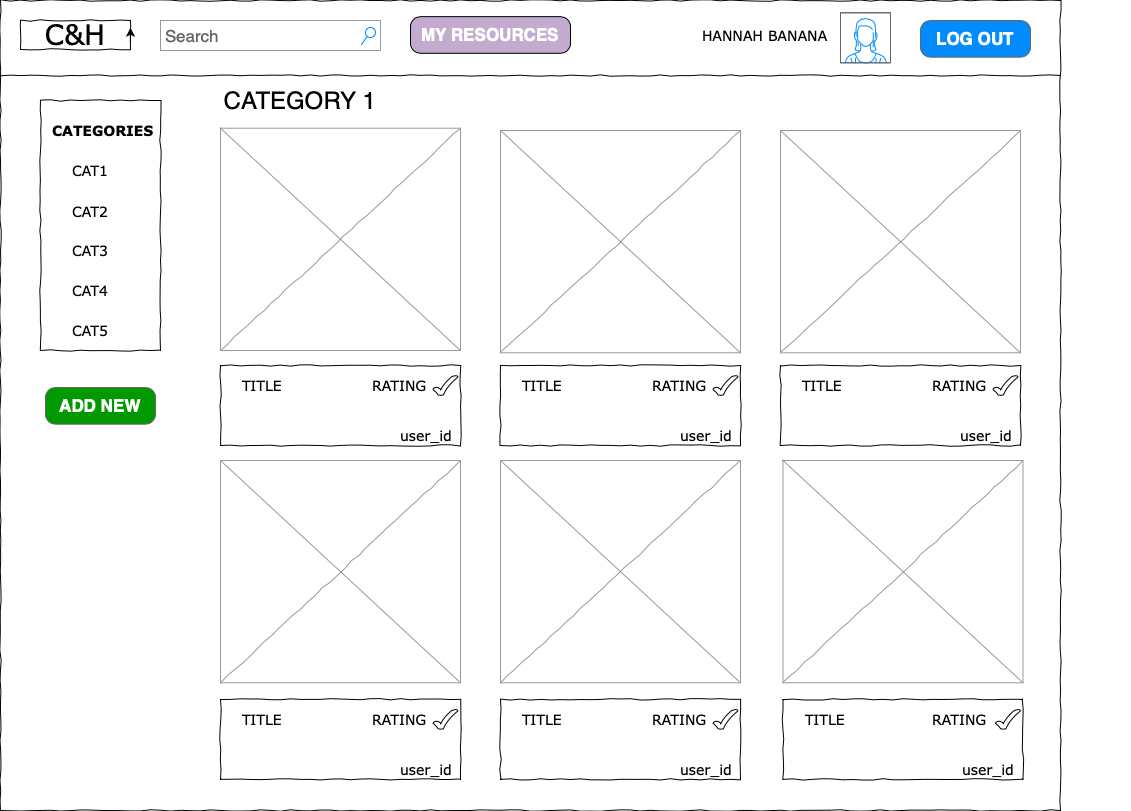
Before: wireframes/8_categories.png, a diagram exported from draw.io (hannaohandrews/resource_wall). Source tidied: cells renumbered, new cells last; positions are measured from the earlier drawing's top-left corner, leaving out a move shared by most shapes.
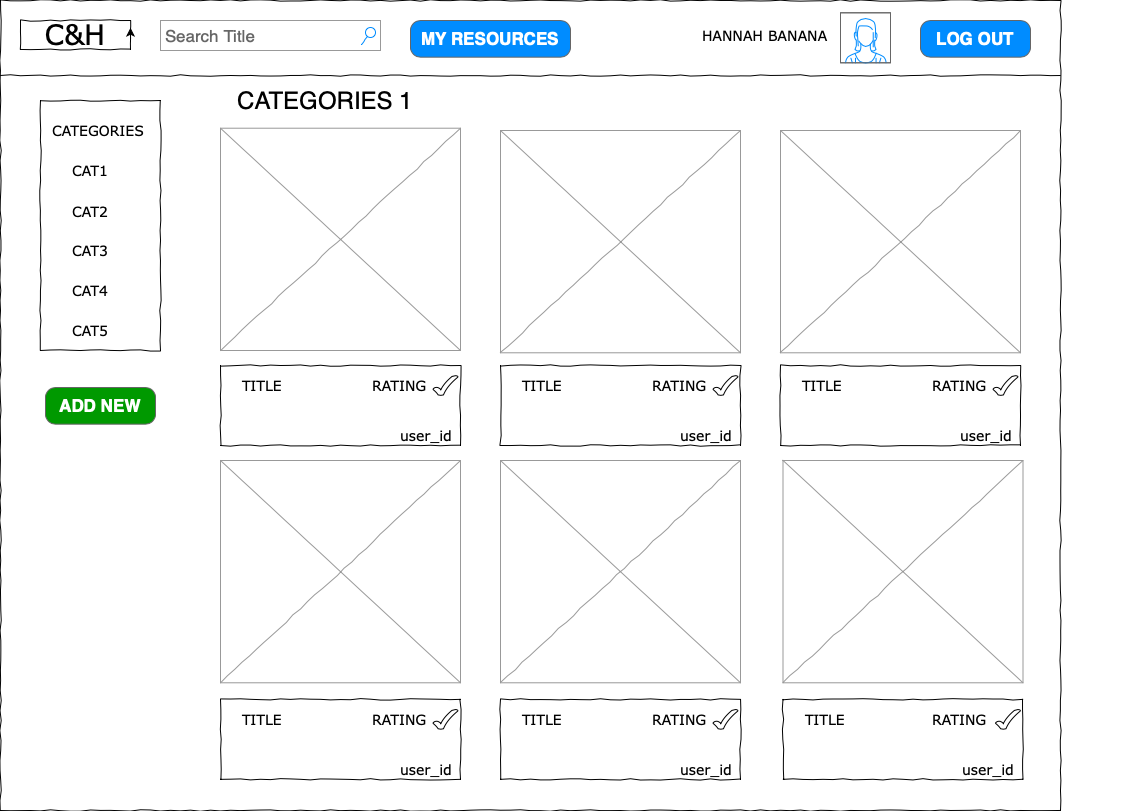
Later version of the same file.

What changed in the source:
```diff
@@ -8,7 +8,7 @@
     <mxCell id="3" value="C&amp;amp;H" style="whiteSpace=wrap;html=1;rounded=0;shadow=0;labelBackgroundColor=none;strokeWidth=1;fontFamily=Verdana;fontSize=28;align=center;comic=1;" parent="1" vertex="1">
       <mxGeometry x="20" y="20" width="110" height="28.9" as="geometry" />
     </mxCell>
-    <mxCell id="4" value="Search" style="strokeWidth=1;shadow=0;dashed=0;align=center;html=1;shape=mxgraph.mockup.forms.searchBox;strokeColor=#999999;mainText=;strokeColor2=#008cff;fontColor=#666666;fontSize=17;align=left;spacingLeft=3;rounded=0;labelBackgroundColor=none;comic=1;" parent="1" vertex="1">
+    <mxCell id="4" value="Search Title" style="strokeWidth=1;shadow=0;dashed=0;align=center;html=1;shape=mxgraph.mockup.forms.searchBox;strokeColor=#999999;mainText=;strokeColor2=#008cff;fontColor=#666666;fontSize=17;align=left;spacingLeft=3;rounded=0;labelBackgroundColor=none;comic=1;" parent="1" vertex="1">
       <mxGeometry x="160" y="20" width="220" height="30" as="geometry" />
     </mxCell>
     <mxCell id="5" value="HANNAH BANANA" style="text;html=1;align=left;verticalAlign=top;spacingTop=-4;fontSize=14;fontFamily=Verdana;" parent="1" vertex="1">
@@ -152,35 +152,38 @@
     <mxCell id="50" value="RATING" style="text;html=1;align=left;verticalAlign=top;spacingTop=-4;fontSize=14;fontFamily=Verdana;" parent="45" vertex="1">
       <mxGeometry x="150" y="10" width="50" height="20" as="geometry" />
     </mxCell>
-    <mxCell id="51" value="&lt;font style=&quot;font-size: 24px&quot;&gt;CATEGORY 1&lt;/font&gt;" style="text;html=1;strokeColor=none;fillColor=none;align=center;verticalAlign=middle;whiteSpace=wrap;rounded=0;shadow=1;" parent="1" vertex="1">
-      <mxGeometry x="180" y="90" width="240" height="20" as="geometry" />
+    <mxCell id="51" value="&lt;font style=&quot;font-size: 24px&quot;&gt;CATEGORIES 1&lt;/font&gt;" style="text;html=1;strokeColor=none;fillColor=none;align=center;verticalAlign=middle;whiteSpace=wrap;rounded=0;shadow=1;" parent="1" vertex="1">
+      <mxGeometry x="205" y="90" width="240" height="20" as="geometry" />
     </mxCell>
     <mxCell id="52" style="group;" parent="1" vertex="1">
       <mxGeometry x="40" y="100" width="120" height="250" as="geometry" />
     </mxCell>
+    <mxCell id="61" style="group;" parent="52" vertex="1">
+      <mxGeometry width="120" height="250" as="geometry" />
+    </mxCell>
-    <mxCell id="53" style="whiteSpace=wrap;html=1;rounded=0;shadow=0;labelBackgroundColor=none;strokeWidth=1;fillColor=none;fontFamily=Verdana;fontSize=12;align=center;comic=1;" parent="52" vertex="1">
+    <mxCell id="53" style="whiteSpace=wrap;html=1;rounded=0;shadow=0;labelBackgroundColor=none;strokeWidth=1;fillColor=none;fontFamily=Verdana;fontSize=12;align=center;comic=1;" parent="61" vertex="1">
       <mxGeometry width="120" height="250" as="geometry" />
     </mxCell>
-    <mxCell id="54" value="&lt;b&gt;CATEGORIES&lt;/b&gt;" style="text;html=1;align=left;verticalAlign=top;spacingTop=-4;fontSize=14;fontFamily=Verdana;" parent="52" vertex="1">
+    <mxCell id="54" value="CATEGORIES" style="text;html=1;align=left;verticalAlign=top;spacingTop=-4;fontSize=14;fontFamily=Verdana;" parent="61" vertex="1">
       <mxGeometry x="10" y="20" width="60" height="20" as="geometry" />
     </mxCell>
-    <mxCell id="55" value="CAT1" style="text;html=1;align=left;verticalAlign=top;spacingTop=-4;fontSize=14;fontFamily=Verdana;" parent="52" vertex="1">
+    <mxCell id="55" value="CAT1" style="text;html=1;align=left;verticalAlign=top;spacingTop=-4;fontSize=14;fontFamily=Verdana;" parent="61" vertex="1">
       <mxGeometry x="30" y="60" width="60" height="20" as="geometry" />
     </mxCell>
-    <mxCell id="56" value="CAT2" style="text;html=1;align=left;verticalAlign=top;spacingTop=-4;fontSize=14;fontFamily=Verdana;" parent="52" vertex="1">
+    <mxCell id="56" value="CAT2" style="text;html=1;align=left;verticalAlign=top;spacingTop=-4;fontSize=14;fontFamily=Verdana;" parent="61" vertex="1">
       <mxGeometry x="30" y="101.2" width="60" height="20" as="geometry" />
     </mxCell>
-    <mxCell id="57" value="CAT3" style="text;html=1;align=left;verticalAlign=top;spacingTop=-4;fontSize=14;fontFamily=Verdana;" parent="52" vertex="1">
+    <mxCell id="57" value="CAT3" style="text;html=1;align=left;verticalAlign=top;spacingTop=-4;fontSize=14;fontFamily=Verdana;" parent="61" vertex="1">
       <mxGeometry x="30" y="140" width="60" height="20" as="geometry" />
     </mxCell>
-    <mxCell id="58" value="CAT4" style="text;html=1;align=left;verticalAlign=top;spacingTop=-4;fontSize=14;fontFamily=Verdana;" parent="52" vertex="1">
+    <mxCell id="58" value="CAT4" style="text;html=1;align=left;verticalAlign=top;spacingTop=-4;fontSize=14;fontFamily=Verdana;" parent="61" vertex="1">
       <mxGeometry x="30" y="180" width="60" height="20" as="geometry" />
     </mxCell>
-    <mxCell id="59" value="CAT5" style="text;html=1;align=left;verticalAlign=top;spacingTop=-4;fontSize=14;fontFamily=Verdana;" parent="52" vertex="1">
+    <mxCell id="59" value="CAT5" style="text;html=1;align=left;verticalAlign=top;spacingTop=-4;fontSize=14;fontFamily=Verdana;" parent="61" vertex="1">
       <mxGeometry x="30" y="220" width="60" height="20" as="geometry" />
     </mxCell>
-    <mxCell id="60" value="MY RESOURCES" style="strokeWidth=1;shadow=0;dashed=0;align=center;html=1;shape=mxgraph.mockup.buttons.button;strokeColor=#000000;fontColor=#ffffff;mainText=;buttonStyle=round;fontSize=17;fontStyle=1;whiteSpace=wrap;fillColor=#C3ABD0;" parent="1" vertex="1">
-      <mxGeometry x="410" y="16.1" width="160" height="36.7" as="geometry" />
+    <mxCell id="60" value="MY RESOURCES" style="strokeWidth=1;shadow=0;dashed=0;align=center;html=1;shape=mxgraph.mockup.buttons.button;strokeColor=#666666;fontColor=#ffffff;mainText=;buttonStyle=round;fontSize=17;fontStyle=1;fillColor=#008cff;whiteSpace=wrap;" parent="1" vertex="1">
+      <mxGeometry x="410" y="20" width="160" height="36.7" as="geometry" />
     </mxCell>
   </root>
 </mxGraphModel>
```
